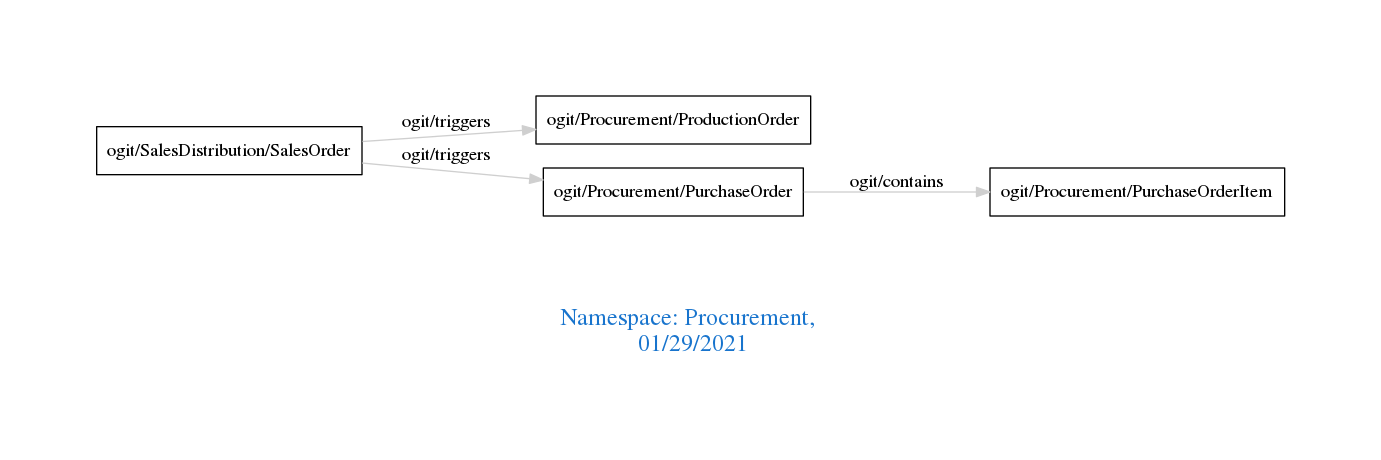
arago/OGIT keeps this Graphviz diagram as downloads/Procurement.png. Above is the earlier version. Its source is kept beside it as downloads/Procurement.dot. Its diagram source:
```dot
digraph OGIT_ontology {
 graph [ rankdir= LR,pad=1
fontsize = 18,
fontcolor= dodgerblue3,label = "\n\n\nNamespace: Procurement, \n 01/29/2021"];
node[shape=polygon];
edge [  color="gray81"];

   "ogit/Procurement/PurchaseOrder" -> "ogit/Procurement/PurchaseOrderItem" [label="   ogit/contains    "];
   "ogit/SalesDistribution/SalesOrder" -> "ogit/Procurement/ProductionOrder" [label="   ogit/triggers    "];
   "ogit/SalesDistribution/SalesOrder" -> "ogit/Procurement/PurchaseOrder" [label="   ogit/triggers    "];
}
```
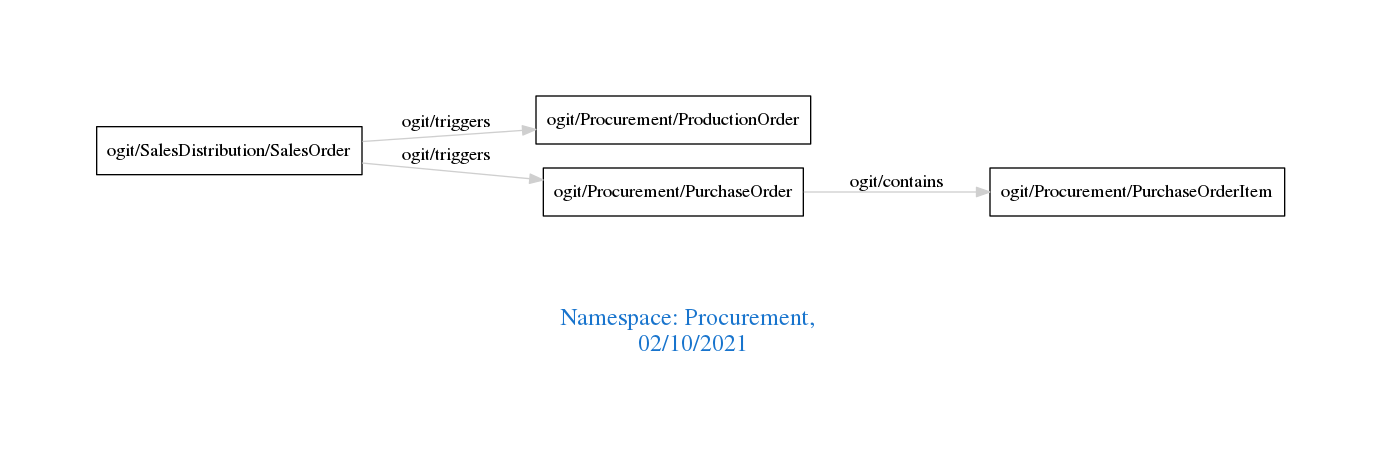
The same file after the commit.

The edit, as a diff of the source:
```diff
@@ -1,7 +1,7 @@
 digraph OGIT_ontology {
  graph [ rankdir= LR,pad=1
 fontsize = 18,
-fontcolor= dodgerblue3,label = "\n\n\nNamespace: Procurement, \n 01/29/2021"];
+fontcolor= dodgerblue3,label = "\n\n\nNamespace: Procurement, \n 02/10/2021"];
 node[shape=polygon];
 edge [  color="gray81"];
 
```
